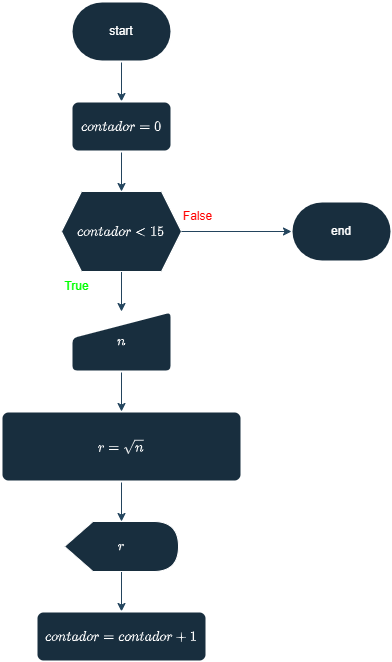
The draw.io diagram Parte-3/atividade4.png in kf-martins-uel/algoritmos-atividade1, before a commit. Source tidied: cells renumbered, new cells last; positions are measured from the earlier drawing's top-left corner, leaving out a move shared by most shapes.
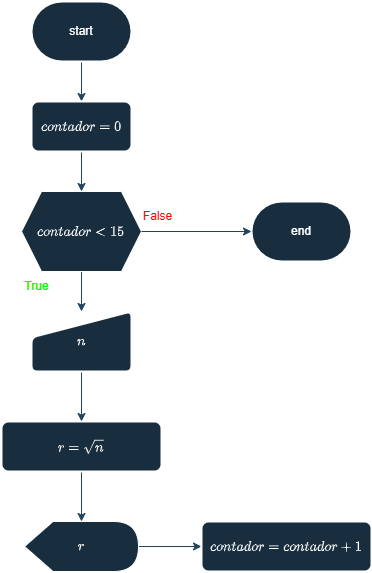
After the commit.

Diff of the diagram source:
```diff
@@ -24,9 +24,9 @@
       <mxGeometry relative="1" as="geometry" />
     </mxCell>
     <mxCell id="9" value="$$r = \sqrt{n} $$" style="rounded=1;whiteSpace=wrap;html=1;absoluteArcSize=1;arcSize=14;strokeWidth=2;labelBackgroundColor=none;fillColor=#182E3E;strokeColor=#FFFFFF;fontColor=#FFFFFF;" parent="1" vertex="1">
-      <mxGeometry y="410" width="240" height="70" as="geometry" />
+      <mxGeometry x="40" y="420" width="160" height="50" as="geometry" />
     </mxCell>
-    <mxCell id="10" style="edgeStyle=orthogonalEdgeStyle;rounded=0;jettySize=auto;html=1;entryX=0.5;entryY=0;entryDx=0;entryDy=0;labelBackgroundColor=none;strokeColor=#23445D;fontColor=default;" parent="1" edge="1" source="11" target="18">
+    <mxCell id="10" style="edgeStyle=orthogonalEdgeStyle;rounded=0;jettySize=auto;html=1;strokeColor=#23445D;" parent="1" edge="1" source="11" target="18">
       <mxGeometry relative="1" as="geometry" />
     </mxCell>
     <mxCell id="11" value="$$r$$" style="shape=display;whiteSpace=wrap;html=1;labelBackgroundColor=none;fillColor=#182E3E;strokeColor=#FFFFFF;fontColor=#FFFFFF;" parent="1" vertex="1">
@@ -51,7 +51,7 @@
       <mxGeometry x="70" y="310" width="100" height="60" as="geometry" />
     </mxCell>
     <mxCell id="18" value="$$contador = contador + 1$$" style="rounded=1;whiteSpace=wrap;html=1;absoluteArcSize=1;arcSize=14;strokeWidth=2;labelBackgroundColor=none;fillColor=#182E3E;strokeColor=#FFFFFF;fontColor=#FFFFFF;" parent="1" vertex="1">
-      <mxGeometry x="35" y="610" width="170" height="50" as="geometry" />
+      <mxGeometry x="240" y="520" width="170" height="50" as="geometry" />
     </mxCell>
   </root>
 </mxGraphModel>
```
